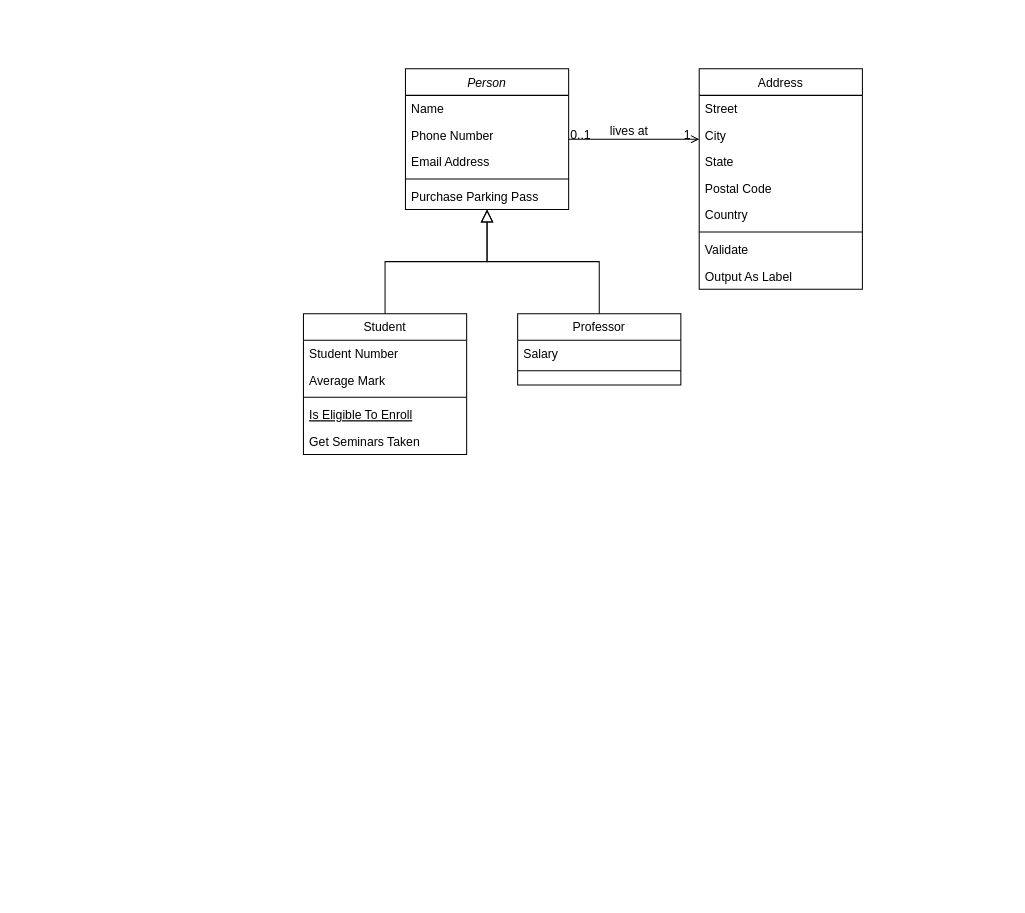
Before: Class_diagram.drawio in andreapedrini01/Ingegneria-del-Software, a draw.io diagram. Source tidied: cells renumbered, new cells numbered last; positions are measured from the earlier drawing's top-left corner, leaving out a move shared by most shapes. Both pictures are drawn from the tidied source at 102%, with x=0, y=0 at pixel (303, 68).
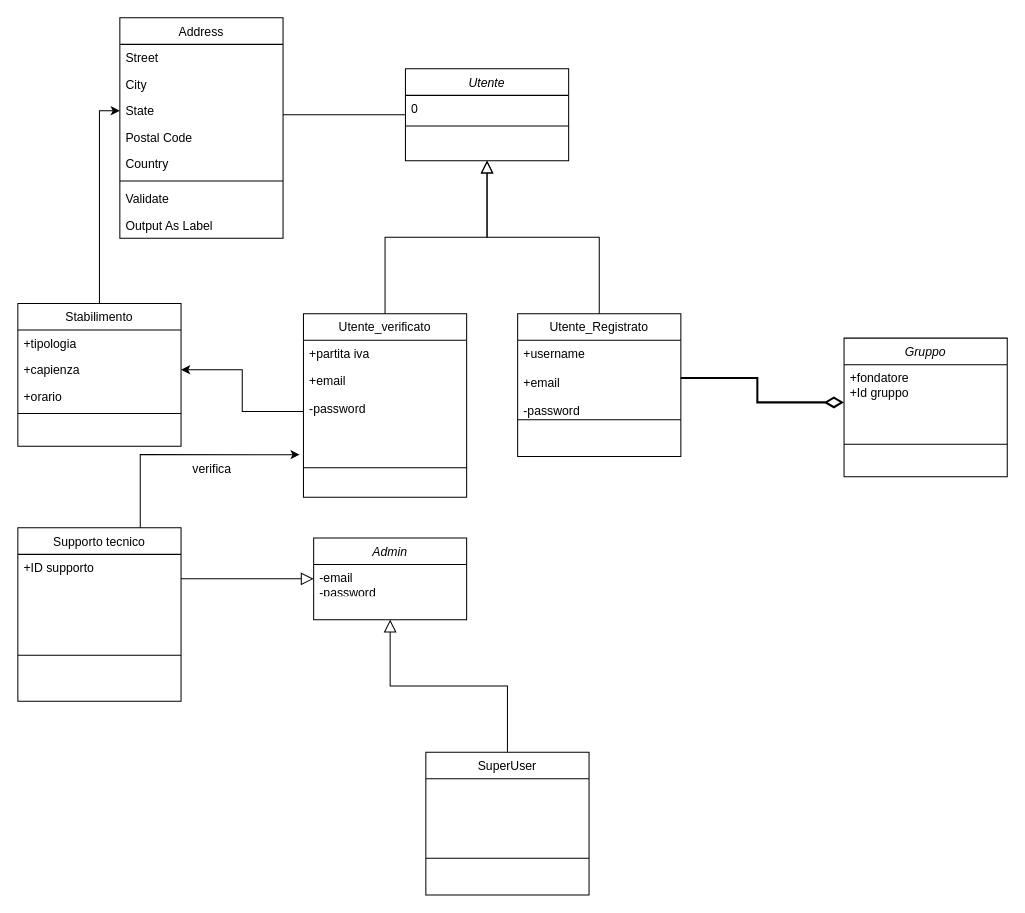
The same diagram, later.

Unchanged cells that the change refers to:
```xml
<mxCell id="22" value="State" style="text;align=left;verticalAlign=top;spacingLeft=4;spacingRight=4;overflow=hidden;points=[[0,0.5],[1,0.5]];portConstraint=eastwest;rounded=0;shadow=0;html=0;" parent="19" vertex="1">
  <mxGeometry y="78" width="160" height="26" as="geometry" />
</mxCell>
```

Diff of the diagram source:
```diff
@@
-    <mxCell id="2" value="Person" style="swimlane;fontStyle=2;align=center;verticalAlign=top;horizontal=1;startSize=26;rounded=0;shadow=0;strokeWidth=1;" parent="1" vertex="1">
-      <mxGeometry x="100" width="160" height="138" as="geometry" />
+    <mxCell id="2" value="Utente" style="swimlane;fontStyle=2;align=center;verticalAlign=top;horizontal=1;startSize=26;rounded=0;shadow=0;strokeWidth=1;" parent="1" vertex="1">
+      <mxGeometry x="100" width="160" height="90" as="geometry" />
     </mxCell>
-    <mxCell id="3" value="Name" style="text;align=left;verticalAlign=top;spacingLeft=4;spacingRight=4;overflow=hidden;" parent="2" vertex="1">
+    <mxCell id="3" value="0" style="text;align=left;verticalAlign=top;spacingLeft=4;spacingRight=4;overflow=hidden;" parent="2" vertex="1">
       <mxGeometry y="26" width="160" height="26" as="geometry" />
     </mxCell>
-    <mxCell id="4" value="Phone Number" style="text;align=left;verticalAlign=top;spacingLeft=4;spacingRight=4;overflow=hidden;rounded=0;shadow=0;html=0;" parent="2" vertex="1">
-      <mxGeometry y="52" width="160" height="26" as="geometry" />
-    </mxCell>
-    <mxCell id="5" value="Email Address" style="text;align=left;verticalAlign=top;spacingLeft=4;spacingRight=4;overflow=hidden;rounded=0;shadow=0;html=0;" parent="2" vertex="1">
-      <mxGeometry y="78" width="160" height="26" as="geometry" />
-    </mxCell>
     <mxCell id="6" style="line;html=1;strokeWidth=1;align=left;verticalAlign=middle;spacingTop=-1;spacingLeft=3;spacingRight=3;labelPosition=right;" parent="2" vertex="1">
-      <mxGeometry y="104" width="160" height="8" as="geometry" />
+      <mxGeometry y="52" width="160" height="8" as="geometry" />
     </mxCell>
-    <mxCell id="7" value="Purchase Parking Pass" style="text;align=left;verticalAlign=top;spacingLeft=4;spacingRight=4;overflow=hidden;" parent="2" vertex="1">
-      <mxGeometry y="112" width="160" height="26" as="geometry" />
-    </mxCell>
-    <mxCell id="8" value="Student" style="swimlane;fontStyle=0;align=center;verticalAlign=top;horizontal=1;startSize=26;rounded=0;shadow=0;strokeWidth=1;" parent="1" vertex="1">
-      <mxGeometry y="240" width="160" height="138" as="geometry" />
+    <mxCell id="8" value="Utente_verificato" style="swimlane;fontStyle=0;align=center;verticalAlign=top;horizontal=1;startSize=26;rounded=0;shadow=0;strokeWidth=1;" parent="1" vertex="1">
+      <mxGeometry y="240" width="160" height="180" as="geometry" />
     </mxCell>
-    <mxCell id="9" value="Student Number" style="text;align=left;verticalAlign=top;spacingLeft=4;spacingRight=4;overflow=hidden;" parent="8" vertex="1">
+    <mxCell id="9" value="+partita iva" style="text;align=left;verticalAlign=top;spacingLeft=4;spacingRight=4;overflow=hidden;" parent="8" vertex="1">
       <mxGeometry y="26" width="160" height="26" as="geometry" />
     </mxCell>
-    <mxCell id="10" value="Average Mark" style="text;align=left;verticalAlign=top;spacingLeft=4;spacingRight=4;overflow=hidden;points=[[0,0.5],[1,0.5]];portConstraint=eastwest;rounded=0;shadow=0;html=0;" parent="8" vertex="1">
-      <mxGeometry y="52" width="160" height="26" as="geometry" />
+    <mxCell id="10" value="+email&#10;&#10;-password&#10;&#10;&#10;" style="text;align=left;verticalAlign=top;spacingLeft=4;spacingRight=4;overflow=hidden;points=[[0,0.5],[1,0.5]];portConstraint=eastwest;rounded=0;shadow=0;html=0;" parent="8" vertex="1">
+      <mxGeometry y="52" width="160" height="88" as="geometry" />
     </mxCell>
     <mxCell id="11" style="line;html=1;strokeWidth=1;align=left;verticalAlign=middle;spacingTop=-1;spacingLeft=3;spacingRight=3;labelPosition=right;" parent="8" vertex="1">
-      <mxGeometry y="78" width="160" height="8" as="geometry" />
+      <mxGeometry y="140" width="160" height="22" as="geometry" />
     </mxCell>
-    <mxCell id="12" value="Is Eligible To Enroll" style="text;align=left;verticalAlign=top;spacingLeft=4;spacingRight=4;overflow=hidden;fontStyle=4;" parent="8" vertex="1">
-      <mxGeometry y="86" width="160" height="26" as="geometry" />
-    </mxCell>
-    <mxCell id="13" value="Get Seminars Taken" style="text;align=left;verticalAlign=top;spacingLeft=4;spacingRight=4;overflow=hidden;" parent="8" vertex="1">
-      <mxGeometry y="112" width="160" height="26" as="geometry" />
-    </mxCell>
@@
-    <mxCell id="15" value="Professor" style="swimlane;fontStyle=0;align=center;verticalAlign=top;horizontal=1;startSize=26;rounded=0;shadow=0;strokeWidth=1;" parent="1" vertex="1">
-      <mxGeometry x="210" y="240" width="160" height="70" as="geometry" />
+    <mxCell id="15" value="Utente_Registrato&#10;" style="swimlane;fontStyle=0;align=center;verticalAlign=top;horizontal=1;startSize=26;rounded=0;shadow=0;strokeWidth=1;" parent="1" vertex="1">
+      <mxGeometry x="210" y="240" width="160" height="140" as="geometry" />
     </mxCell>
-    <mxCell id="16" value="Salary" style="text;align=left;verticalAlign=top;spacingLeft=4;spacingRight=4;overflow=hidden;points=[[0,0.5],[1,0.5]];portConstraint=eastwest;" parent="15" vertex="1">
-      <mxGeometry y="26" width="160" height="26" as="geometry" />
+    <mxCell id="16" value="+username&#10;&#10;+email&#10;&#10;-password&#10;" style="text;align=left;verticalAlign=top;spacingLeft=4;spacingRight=4;overflow=hidden;points=[[0,0.5],[1,0.5]];portConstraint=eastwest;" parent="15" vertex="1">
+      <mxGeometry y="26" width="160" height="74" as="geometry" />
     </mxCell>
     <mxCell id="17" style="line;html=1;strokeWidth=1;align=left;verticalAlign=middle;spacingTop=-1;spacingLeft=3;spacingRight=3;labelPosition=right;" parent="15" vertex="1">
-      <mxGeometry y="52" width="160" height="8" as="geometry" />
+      <mxGeometry y="100" width="160" height="8" as="geometry" />
     </mxCell>
@@
     <mxCell id="19" value="Address" style="swimlane;fontStyle=0;align=center;verticalAlign=top;horizontal=1;startSize=26;rounded=0;shadow=0;strokeWidth=1;" parent="1" vertex="1">
-      <mxGeometry x="388" width="160" height="216" as="geometry" />
+      <mxGeometry x="-180" y="-50" width="160" height="216" as="geometry" />
     </mxCell>
@@
-    <mxCell id="28" style="endArrow=open;shadow=0;strokeWidth=1;rounded=0;curved=0;endFill=1;edgeStyle=elbowEdgeStyle;elbow=vertical;" parent="1" edge="1" source="2" target="19">
+    <mxCell id="28" style="endArrow=none;shadow=0;strokeWidth=1;rounded=0;curved=0;endFill=0;edgeStyle=elbowEdgeStyle;elbow=vertical;" parent="1" edge="1" source="2" target="19">
       <mxGeometry x="0.5" y="41" relative="1" as="geometry">
         <mxPoint x="-40" y="32" as="offset" />
       </mxGeometry>
     </mxCell>
-    <mxCell id="29" value="0..1" style="align=left;verticalAlign=bottom;labelBackgroundColor=none;fontSize=12;" parent="28" vertex="1">
-      <mxGeometry x="-1" relative="1" as="geometry">
-        <mxPoint y="4" as="offset" />
-      </mxGeometry>
-    </mxCell>
-    <mxCell id="30" value="1" style="align=right;verticalAlign=bottom;labelBackgroundColor=none;fontSize=12;" parent="28" vertex="1">
-      <mxGeometry x="1" relative="1" as="geometry">
-        <mxPoint x="-7" y="4" as="offset" />
-      </mxGeometry>
-    </mxCell>
-    <mxCell id="31" value="lives at" style="text;html=1;align=center;verticalAlign=middle;labelBackgroundColor=none;rounded=0;shadow=0;strokeWidth=1;fontSize=12;" parent="28" vertex="1">
-      <mxGeometry x="0.5" y="49" relative="1" as="geometry">
-        <mxPoint x="-38" y="40" as="offset" />
-      </mxGeometry>
-    </mxCell>
+    <mxCell id="32" value="Gruppo" style="swimlane;fontStyle=2;align=center;verticalAlign=top;horizontal=1;startSize=26;rounded=0;shadow=0;strokeWidth=1;" parent="1" vertex="1">
+      <mxGeometry x="530" y="264" width="160" height="136" as="geometry" />
+    </mxCell>
+    <mxCell id="33" value="+fondatore&#10;+Id gruppo&#10;" style="text;align=left;verticalAlign=top;spacingLeft=4;spacingRight=4;overflow=hidden;points=[[0,0.5],[1,0.5]];portConstraint=eastwest;" parent="32" vertex="1">
+      <mxGeometry y="26" width="160" height="74" as="geometry" />
+    </mxCell>
+    <mxCell id="34" style="line;html=1;strokeWidth=1;align=left;verticalAlign=middle;spacingTop=-1;spacingLeft=3;spacingRight=3;labelPosition=right;" parent="32" vertex="1">
+      <mxGeometry y="100" width="160" height="8" as="geometry" />
+    </mxCell>
+    <mxCell id="35" style="edgeStyle=orthogonalEdgeStyle;rounded=0;jettySize=auto;html=1;exitX=1;exitY=0.5;exitDx=0;exitDy=0;entryX=0;entryY=0.5;entryDx=0;entryDy=0;endArrow=diamondThin;endFill=0;strokeWidth=2;targetPerimeterSpacing=2;endSize=14;labelPosition=left;verticalLabelPosition=top;align=left;verticalAlign=bottom;labelBorderColor=none;" parent="1" edge="1" source="16" target="33">
+      <mxGeometry relative="1" as="geometry">
+        <Array as="points">
+          <mxPoint x="445" y="303" />
+          <mxPoint x="445" y="327" />
+        </Array>
+      </mxGeometry>
+    </mxCell>
+    <mxCell id="36" style="edgeStyle=orthogonalEdgeStyle;rounded=0;jettySize=auto;html=1;exitX=0.5;exitY=0;exitDx=0;exitDy=0;entryX=0;entryY=0.5;entryDx=0;entryDy=0;" parent="1" edge="1" source="37" target="22">
+      <mxGeometry relative="1" as="geometry" />
+    </mxCell>
+    <mxCell id="37" value="Stabilimento" style="swimlane;fontStyle=0;align=center;verticalAlign=top;horizontal=1;startSize=26;rounded=0;shadow=0;strokeWidth=1;" parent="1" vertex="1">
+      <mxGeometry x="-280" y="230" width="160" height="140" as="geometry" />
+    </mxCell>
+    <mxCell id="38" value="+tipologia" style="text;align=left;verticalAlign=top;spacingLeft=4;spacingRight=4;overflow=hidden;rounded=0;shadow=0;html=0;" parent="37" vertex="1">
+      <mxGeometry y="26" width="160" height="26" as="geometry" />
+    </mxCell>
+    <mxCell id="39" value="+capienza" style="text;align=left;verticalAlign=top;spacingLeft=4;spacingRight=4;overflow=hidden;points=[[0,0.5],[1,0.5]];portConstraint=eastwest;rounded=0;shadow=0;html=0;" parent="37" vertex="1">
+      <mxGeometry y="52" width="160" height="26" as="geometry" />
+    </mxCell>
+    <mxCell id="40" value="+orario" style="text;align=left;verticalAlign=top;spacingLeft=4;spacingRight=4;overflow=hidden;rounded=0;shadow=0;html=0;" parent="37" vertex="1">
+      <mxGeometry y="78" width="160" height="26" as="geometry" />
+    </mxCell>
+    <mxCell id="41" style="line;html=1;strokeWidth=1;align=left;verticalAlign=middle;spacingTop=-1;spacingLeft=3;spacingRight=3;labelPosition=right;" parent="37" vertex="1">
+      <mxGeometry y="104" width="160" height="8" as="geometry" />
+    </mxCell>
+    <mxCell id="42" style="edgeStyle=orthogonalEdgeStyle;rounded=0;jettySize=auto;html=1;exitX=0;exitY=0.5;exitDx=0;exitDy=0;entryX=1;entryY=0.5;entryDx=0;entryDy=0;" parent="1" edge="1" source="10" target="39">
+      <mxGeometry relative="1" as="geometry" />
+    </mxCell>
+    <mxCell id="43" value="Admin" style="swimlane;fontStyle=2;align=center;verticalAlign=top;horizontal=1;startSize=26;rounded=0;shadow=0;strokeWidth=1;" parent="1" vertex="1">
+      <mxGeometry x="10" y="460" width="150" height="80" as="geometry" />
+    </mxCell>
+    <mxCell id="44" value="-email&#10;-password&#10;" style="text;align=left;verticalAlign=top;spacingLeft=4;spacingRight=4;overflow=hidden;" parent="43" vertex="1">
+      <mxGeometry y="26" width="150" height="26" as="geometry" />
+    </mxCell>
+    <mxCell id="45" style="line;html=1;strokeWidth=1;align=left;verticalAlign=middle;spacingTop=-1;spacingLeft=3;spacingRight=3;labelPosition=right;" parent="43" vertex="1">
+      <mxGeometry y="52" width="150" as="geometry" />
+    </mxCell>
+    <mxCell id="46" value="Supporto tecnico" style="swimlane;fontStyle=0;align=center;verticalAlign=top;horizontal=1;startSize=26;rounded=0;shadow=0;strokeWidth=1;" parent="1" vertex="1">
+      <mxGeometry x="-280" y="450" width="160" height="170" as="geometry" />
+    </mxCell>
+    <mxCell id="47" value="+ID supporto" style="text;align=left;verticalAlign=top;spacingLeft=4;spacingRight=4;overflow=hidden;rounded=0;shadow=0;html=0;" parent="46" vertex="1">
+      <mxGeometry y="26" width="160" height="88" as="geometry" />
+    </mxCell>
+    <mxCell id="48" style="line;html=1;strokeWidth=1;align=left;verticalAlign=middle;spacingTop=-1;spacingLeft=3;spacingRight=3;labelPosition=right;" parent="46" vertex="1">
+      <mxGeometry y="114" width="160" height="22" as="geometry" />
+    </mxCell>
+    <mxCell id="49" style="endArrow=block;endSize=10;endFill=0;shadow=0;strokeWidth=1;rounded=0;curved=0;edgeStyle=elbowEdgeStyle;elbow=vertical;" parent="1" edge="1" source="46" target="43">
+      <mxGeometry relative="1" as="geometry" />
+    </mxCell>
+    <mxCell id="50" value="SuperUser&#10;" style="swimlane;fontStyle=0;align=center;verticalAlign=top;horizontal=1;startSize=26;rounded=0;shadow=0;strokeWidth=1;" parent="1" vertex="1">
+      <mxGeometry x="120" y="670" width="160" height="140" as="geometry" />
+    </mxCell>
+    <mxCell id="51" value="&#10;" style="text;align=left;verticalAlign=top;spacingLeft=4;spacingRight=4;overflow=hidden;" parent="50" vertex="1">
+      <mxGeometry y="26" width="160" height="74" as="geometry" />
+    </mxCell>
+    <mxCell id="52" style="line;html=1;strokeWidth=1;align=left;verticalAlign=middle;spacingTop=-1;spacingLeft=3;spacingRight=3;labelPosition=right;" parent="50" vertex="1">
+      <mxGeometry y="100" width="160" height="8" as="geometry" />
+    </mxCell>
+    <mxCell id="53" style="endArrow=block;endSize=10;endFill=0;shadow=0;strokeWidth=1;rounded=0;curved=0;edgeStyle=elbowEdgeStyle;elbow=vertical;" parent="1" edge="1" source="50" target="43">
+      <mxGeometry relative="1" as="geometry" />
+    </mxCell>
+    <mxCell id="54" style="edgeStyle=orthogonalEdgeStyle;rounded=0;jettySize=auto;html=1;exitX=0.75;exitY=0;exitDx=0;exitDy=0;entryX=-0.023;entryY=0.98;entryDx=0;entryDy=0;entryPerimeter=0;" parent="1" edge="1" source="46" target="10">
+      <mxGeometry relative="1" as="geometry" />
+    </mxCell>
+    <mxCell id="55" value="verifica" style="text;html=1;align=center;verticalAlign=middle;strokeColor=none;fillColor=none;" parent="1" vertex="1">
+      <mxGeometry x="-120" y="378" width="60" height="30" as="geometry" />
+    </mxCell>
```
